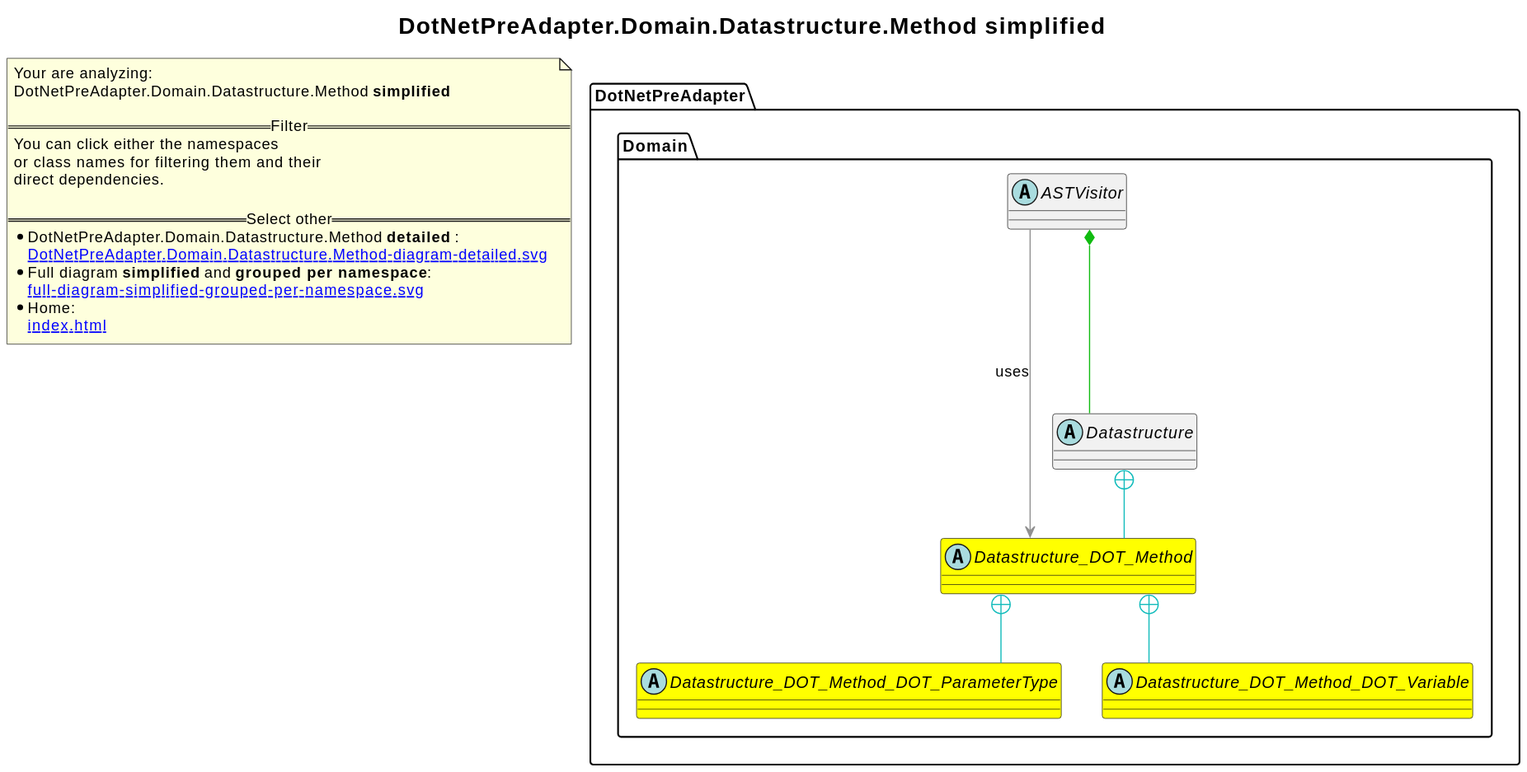
Before: revenger-csharp-adapter.out/DotNetPreAdapter.Domain.Datastructure.Method-diagram-simplified.svg, a diagram exported from PlantUML (2BlackCoffees/revenger). Its diagram source:
```plantuml
@startuml
skinparam linetype ortho
title <size:20>DotNetPreAdapter.Domain.Datastructure.Method **simplified** </size>
note "Your are analyzing:\nDotNetPreAdapter.Domain.Datastructure.Method **simplified** \n\n==Filter==\nYou can click either the namespaces \nor class names for filtering them and their\ndirect dependencies.\n\n==Select other==\n* DotNetPreAdapter.Domain.Datastructure.Method **detailed** :\n   [[DotNetPreAdapter.Domain.Datastructure.Method-diagram-detailed.svg]]\n* Full diagram **simplified** and **grouped per namespace**:\n   [[full-diagram-simplified-grouped-per-namespace.svg]]\n* Home:\n   [[index.html]]" as FloatingNote
  abstract class DotNetPreAdapter.Domain.Datastructure_DOT_Method [[DotNetPreAdapter.Domain.Datastructure.Method-diagram-simplified.svg]] #yellow {
  }
  abstract class DotNetPreAdapter.Domain.Datastructure_DOT_Method_DOT_ParameterType [[DotNetPreAdapter.Domain.Datastructure.Method.ParameterType-diagram-simplified.svg]] #yellow {
  }
  abstract class DotNetPreAdapter.Domain.Datastructure_DOT_Method_DOT_Variable [[DotNetPreAdapter.Domain.Datastructure.Method.Variable-diagram-simplified.svg]] #yellow {
  }
  abstract class DotNetPreAdapter.Domain.Datastructure [[DotNetPreAdapter.Domain.Datastructure-diagram-simplified.svg]]  {
  }
  abstract class DotNetPreAdapter.Domain.ASTVisitor [[DotNetPreAdapter.Domain.ASTVisitor-diagram-simplified.svg]]  {
  }
DotNetPreAdapter.Domain.Datastructure_DOT_Method +-[#10BBBB]- DotNetPreAdapter.Domain.Datastructure_DOT_Method_DOT_ParameterType
DotNetPreAdapter.Domain.Datastructure_DOT_Method +-[#10BBBB]- DotNetPreAdapter.Domain.Datastructure_DOT_Method_DOT_Variable
DotNetPreAdapter.Domain.Datastructure +-[#10BBBB]- DotNetPreAdapter.Domain.Datastructure_DOT_Method
DotNetPreAdapter.Domain.ASTVisitor *-[#10BB10]- DotNetPreAdapter.Domain.Datastructure
DotNetPreAdapter.Domain.ASTVisitor -[#909090]-> DotNetPreAdapter.Domain.Datastructure_DOT_Method  : uses
@enduml
```
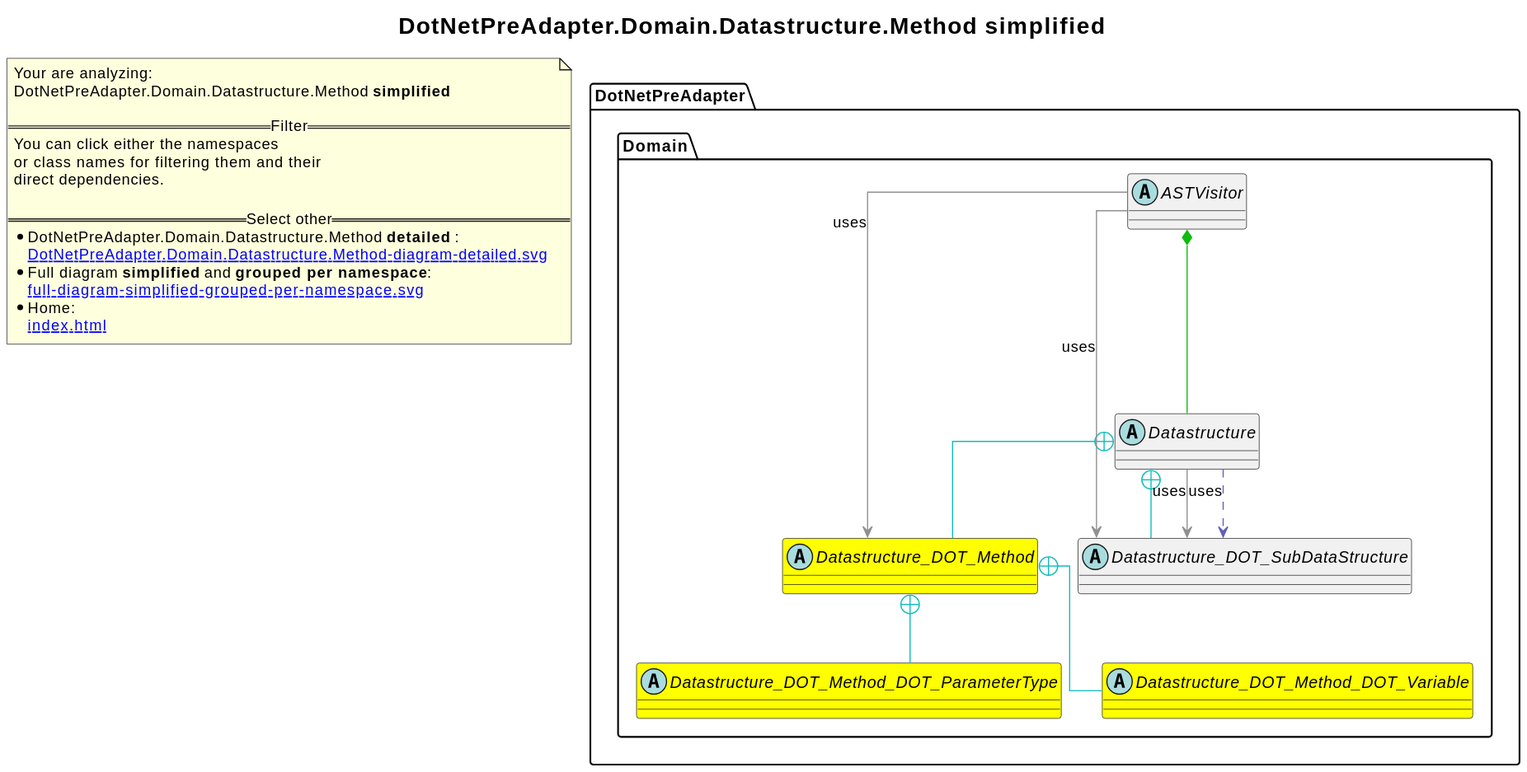
After the commit.

Diff of the diagram source:
```diff
@@ -10,11 +10,18 @@
   }
   abstract class DotNetPreAdapter.Domain.Datastructure [[DotNetPreAdapter.Domain.Datastructure-diagram-simplified.svg]]  {
   }
+  abstract class DotNetPreAdapter.Domain.Datastructure_DOT_SubDataStructure [[DotNetPreAdapter.Domain.Datastructure.SubDataStructure-diagram-simplified.svg]]  {
+  }
   abstract class DotNetPreAdapter.Domain.ASTVisitor [[DotNetPreAdapter.Domain.ASTVisitor-diagram-simplified.svg]]  {
   }
 DotNetPreAdapter.Domain.Datastructure_DOT_Method +-[#10BBBB]- DotNetPreAdapter.Domain.Datastructure_DOT_Method_DOT_ParameterType
 DotNetPreAdapter.Domain.Datastructure_DOT_Method +-[#10BBBB]- DotNetPreAdapter.Domain.Datastructure_DOT_Method_DOT_Variable
 DotNetPreAdapter.Domain.Datastructure +-[#10BBBB]- DotNetPreAdapter.Domain.Datastructure_DOT_Method
+DotNetPreAdapter.Domain.Datastructure +-[#10BBBB]- DotNetPreAdapter.Domain.Datastructure_DOT_SubDataStructure
+DotNetPreAdapter.Domain.Datastructure .[#6060BB].> DotNetPreAdapter.Domain.Datastructure_DOT_SubDataStructure  : uses
+DotNetPreAdapter.Domain.Datastructure -[#909090]-> DotNetPreAdapter.Domain.Datastructure_DOT_SubDataStructure  : uses
+DotNetPreAdapter.Domain.Datastructure.SubDataStructure .[#6060BB].> DotNetPreAdapter.Domain.Datastructure_DOT_Method  : uses
 DotNetPreAdapter.Domain.ASTVisitor *-[#10BB10]- DotNetPreAdapter.Domain.Datastructure
+DotNetPreAdapter.Domain.ASTVisitor -[#909090]-> DotNetPreAdapter.Domain.Datastructure_DOT_SubDataStructure  : uses
 DotNetPreAdapter.Domain.ASTVisitor -[#909090]-> DotNetPreAdapter.Domain.Datastructure_DOT_Method  : uses
 @enduml
```
